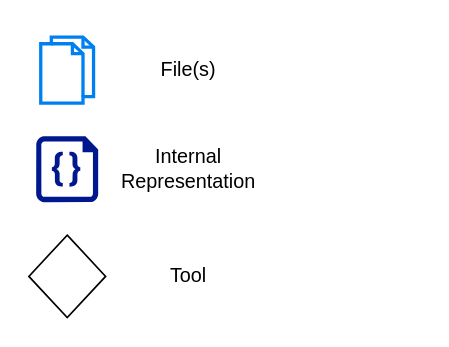
This is page "Page-2" (2 of 2) of example/prod-cons/docs/zoti.drawio from Ericsson/zoti, a draw.io file, before an edit. Source tidied: cells renumbered, new cells numbered last; positions are measured from the earlier drawing's top-left corner, leaving out a move shared by most shapes. Both pictures are drawn from the tidied source at 165%, with x=0, y=0 at pixel (28, 36).
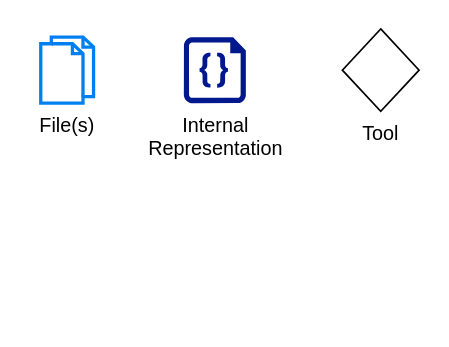
Above is the later version.

The edit, as a diff of the source:
```diff
@@
 <mxGraphModel>
   <root>
     <mxCell id="0" />
     <mxCell id="1" parent="0" />
-    <mxCell id="2" style="html=1;verticalLabelPosition=bottom;align=center;labelBackgroundColor=#ffffff;verticalAlign=top;strokeWidth=2;strokeColor=#0080F0;shadow=0;dashed=0;shape=mxgraph.ios7.icons.documents;" parent="1" vertex="1">
+    <mxCell id="2" value="File(s)" style="html=1;verticalLabelPosition=bottom;align=center;labelBackgroundColor=#ffffff;verticalAlign=top;strokeWidth=2;strokeColor=#0080F0;shadow=0;dashed=0;shape=mxgraph.ios7.icons.documents;" parent="1" vertex="1">
       <mxGeometry x="7.2" width="32" height="40" as="geometry" />
     </mxCell>
-    <mxCell id="3" style="sketch=0;shadow=0;dashed=0;html=1;strokeColor=none;labelPosition=center;verticalLabelPosition=bottom;verticalAlign=top;align=center;fillColor=#00188D;shape=mxgraph.azure.code_file;" parent="1" vertex="1">
-      <mxGeometry x="4.4" y="60" width="37.6" height="40" as="geometry" />
+    <mxCell id="3" value="Internal&lt;br&gt;Representation" style="sketch=0;shadow=0;dashed=0;html=1;strokeColor=none;labelPosition=center;verticalLabelPosition=bottom;verticalAlign=top;align=center;fillColor=#00188D;shape=mxgraph.azure.code_file;" parent="1" vertex="1">
+      <mxGeometry x="93.9" width="37.6" height="40" as="geometry" />
     </mxCell>
-    <mxCell id="4" style="rhombus;whiteSpace=wrap;html=1;" parent="1" vertex="1">
-      <mxGeometry y="120" width="46.5" height="50" as="geometry" />
+    <mxCell id="4" value="Tool" style="rhombus;whiteSpace=wrap;html=1;verticalAlign=top;labelPosition=center;verticalLabelPosition=bottom;align=center;" parent="1" vertex="1">
+      <mxGeometry x="190" y="-5" width="46.5" height="50" as="geometry" />
     </mxCell>
-    <mxCell id="5" value="File(s)" style="text;html=1;strokeColor=none;fillColor=none;align=center;verticalAlign=middle;whiteSpace=wrap;rounded=0;" parent="1" vertex="1">
-      <mxGeometry x="66.5" y="5" width="60" height="30" as="geometry" />
-    </mxCell>
-    <mxCell id="6" value="Internal Representation" style="text;html=1;strokeColor=none;fillColor=none;align=center;verticalAlign=middle;whiteSpace=wrap;rounded=0;" parent="1" vertex="1">
-      <mxGeometry x="66.5" y="65" width="60" height="30" as="geometry" />
-    </mxCell>
-    <mxCell id="7" value="Tool" style="text;html=1;strokeColor=none;fillColor=none;align=center;verticalAlign=middle;whiteSpace=wrap;rounded=0;" parent="1" vertex="1">
-      <mxGeometry x="61.5" y="130" width="70" height="30" as="geometry" />
-    </mxCell>
   </root>
 </mxGraphModel>
```
